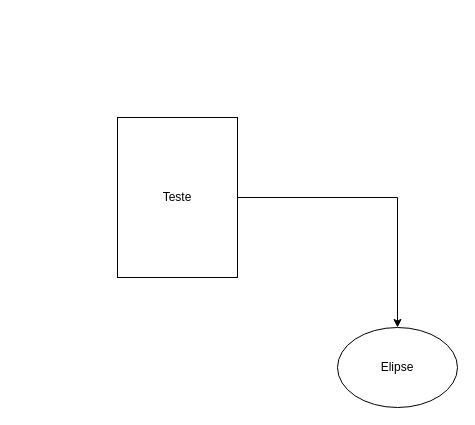
Before: AutoDiaTeste.drawio in leandrosly/Auto-Diagram, a draw.io diagram. Source tidied: cells renumbered, new cells numbered last; positions are measured from the earlier drawing's top-left corner, leaving out a move shared by most shapes. Both pictures are drawn from the tidied source at 100%, with x=0, y=0 at pixel (117, 117).
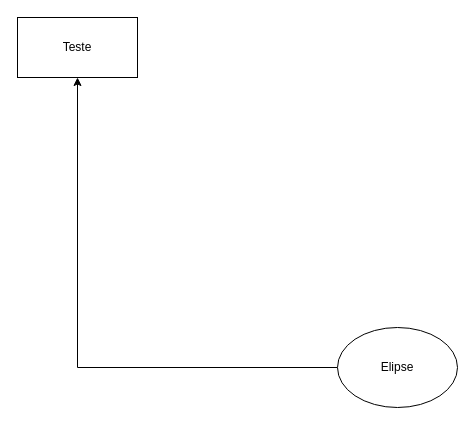
After the change.

Commit message:
Inverte relação e muda posição

Change to the diagram source:
```diff
@@
 <mxGraphModel>
   <root>
     <mxCell id="0" />
     <mxCell id="1" parent="0" />
-    <mxCell id="2" style="edgeStyle=orthogonalEdgeStyle;rounded=0;jettySize=auto;html=1;" parent="1" edge="1" source="3" target="4">
+    <mxCell id="2" style="edgeStyle=orthogonalEdgeStyle;rounded=0;jettySize=auto;html=1;" parent="1" edge="1" source="4" target="3">
       <mxGeometry relative="1" as="geometry" />
     </mxCell>
     <mxCell id="3" value="Teste" style="rounded=10;whiteSpace=wrap;html=1;" parent="1" vertex="1">
-      <mxGeometry width="120" height="160" as="geometry" />
+      <mxGeometry x="-100" y="-100" width="120" height="60" as="geometry" />
     </mxCell>
     <mxCell id="4" value="Elipse" style="ellipse;whiteSpace=wrap;html=1;" parent="1" vertex="1">
       <mxGeometry x="220" y="210" width="120" height="80" as="geometry" />
     </mxCell>
   </root>
 </mxGraphModel>
```
